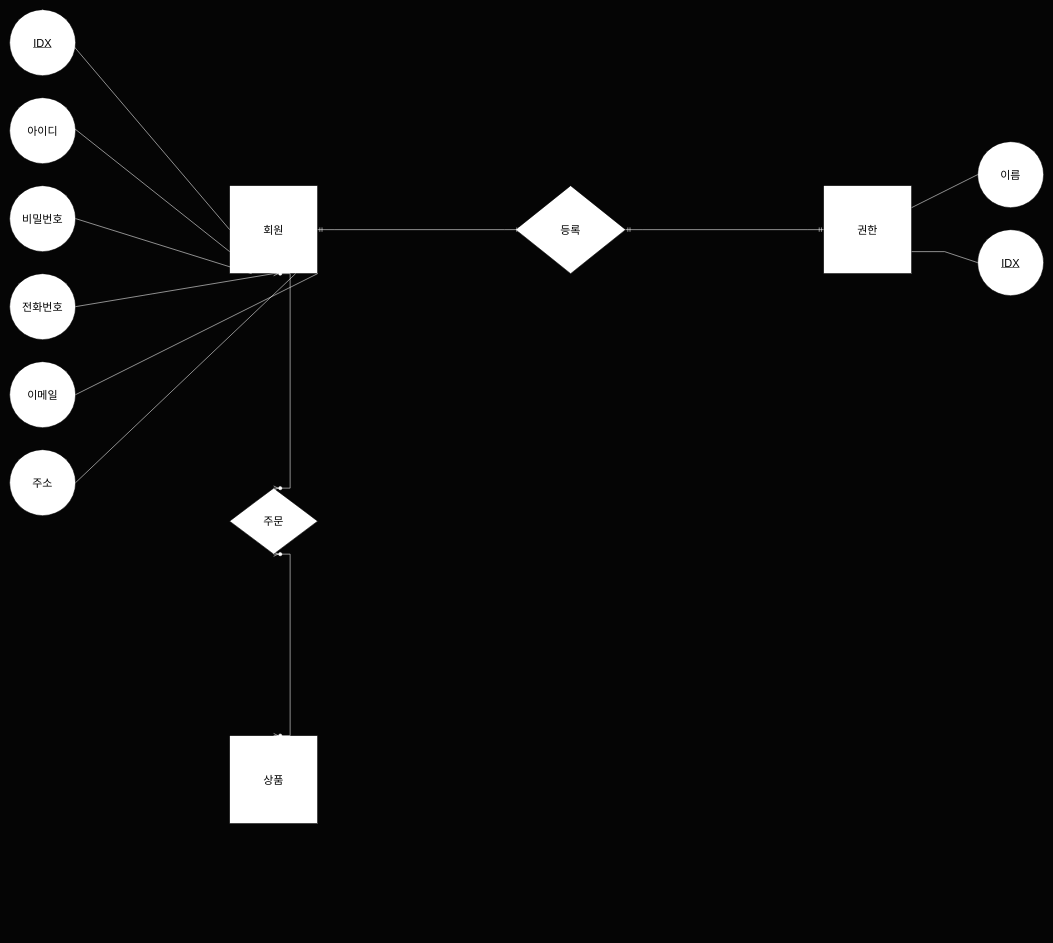
This is src/main/java/DB E-R Diagram.drawio from kjw1995/eCommerce, a draw.io file, before an edit. Source tidied: cells renumbered, new cells numbered last; positions are measured from the earlier drawing's top-left corner, leaving out a move shared by most shapes. Both pictures are drawn from the tidied source at 55%, with x=0, y=0 at pixel (9, 9).
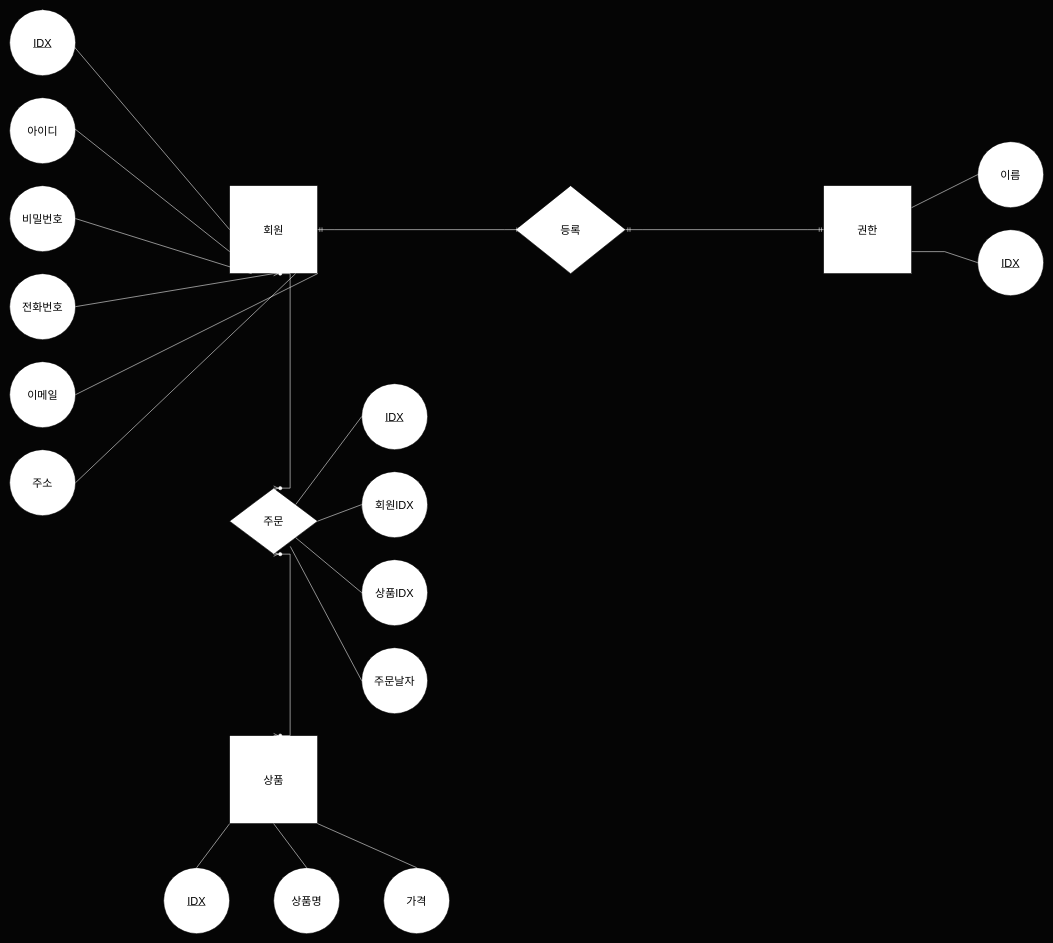
The same page after the edit.

Commit message:
draw.io 플러그인을 이용한 DB E-R 다이어그램 작성 v0.3

Unchanged cells that the change refers to:
```xml
<mxCell id="22" value="&lt;font style=&quot;font-size: 20px;&quot;&gt;상품&lt;/font&gt;" style="whiteSpace=wrap;html=1;align=center;" parent="1" vertex="1">
  <mxGeometry x="400" y="1320" width="160" height="160" as="geometry" />
</mxCell>
<mxCell id="23" value="&lt;font style=&quot;font-size: 20px;&quot;&gt;주문&lt;/font&gt;" style="shape=rhombus;perimeter=rhombusPerimeter;whiteSpace=wrap;html=1;align=center;" parent="1" vertex="1">
  <mxGeometry x="400" y="870" width="160" height="120" as="geometry" />
</mxCell>
```

The edit, as a diff of the source:
```diff
@@
+    <mxCell id="28" value="&lt;font style=&quot;font-size: 20px;&quot;&gt;IDX&lt;/font&gt;" style="ellipse;whiteSpace=wrap;html=1;align=center;fontStyle=4;" parent="1" vertex="1">
+      <mxGeometry x="280" y="1560" width="120" height="120" as="geometry" />
+    </mxCell>
+    <mxCell id="29" value="&lt;font style=&quot;font-size: 20px;&quot;&gt;상품명&lt;/font&gt;" style="ellipse;whiteSpace=wrap;html=1;align=center;" parent="1" vertex="1">
+      <mxGeometry x="480" y="1560" width="120" height="120" as="geometry" />
+    </mxCell>
+    <mxCell id="30" value="&lt;span style=&quot;font-size: 20px;&quot;&gt;가격&lt;/span&gt;" style="ellipse;whiteSpace=wrap;html=1;align=center;" parent="1" vertex="1">
+      <mxGeometry x="680" y="1560" width="120" height="120" as="geometry" />
+    </mxCell>
+    <mxCell id="31" style="endArrow=none;html=1;rounded=0;entryX=0.5;entryY=0;entryDx=0;entryDy=0;exitX=0;exitY=1;exitDx=0;exitDy=0;strokeColor=#FFFFFF;" parent="1" edge="1" source="22" target="28">
+      <mxGeometry relative="1" as="geometry" />
+    </mxCell>
+    <mxCell id="32" style="endArrow=none;html=1;rounded=0;exitX=0.5;exitY=0;exitDx=0;exitDy=0;entryX=0.5;entryY=1;entryDx=0;entryDy=0;strokeColor=#FFFFFF;" parent="1" edge="1" source="29" target="22">
+      <mxGeometry relative="1" as="geometry" />
+    </mxCell>
+    <mxCell id="33" style="endArrow=none;html=1;rounded=0;exitX=1;exitY=1;exitDx=0;exitDy=0;entryX=0.5;entryY=0;entryDx=0;entryDy=0;strokeColor=#FFFFFF;" parent="1" edge="1" source="22" target="30">
+      <mxGeometry relative="1" as="geometry" />
+    </mxCell>
+    <mxCell id="34" value="&lt;font style=&quot;font-size: 20px;&quot;&gt;IDX&lt;/font&gt;" style="ellipse;whiteSpace=wrap;html=1;align=center;fontStyle=4;" parent="1" vertex="1">
+      <mxGeometry x="640" y="680" width="120" height="120" as="geometry" />
+    </mxCell>
+    <mxCell id="35" value="&lt;span style=&quot;font-size: 20px;&quot;&gt;회원IDX&lt;br&gt;&lt;/span&gt;" style="ellipse;whiteSpace=wrap;html=1;align=center;" parent="1" vertex="1">
+      <mxGeometry x="640" y="840" width="120" height="120" as="geometry" />
+    </mxCell>
+    <mxCell id="36" style="edgeStyle=orthogonalEdgeStyle;rounded=0;jettySize=auto;html=1;exitX=1;exitY=0;exitDx=0;exitDy=0;" parent="1" edge="1" source="37">
+      <mxGeometry relative="1" as="geometry">
+        <mxPoint x="730" y="1050" as="targetPoint" />
+      </mxGeometry>
+    </mxCell>
+    <mxCell id="37" value="&lt;span style=&quot;font-size: 20px;&quot;&gt;상품IDX&lt;/span&gt;" style="ellipse;whiteSpace=wrap;html=1;align=center;" parent="1" vertex="1">
+      <mxGeometry x="640" y="1000" width="120" height="120" as="geometry" />
+    </mxCell>
+    <mxCell id="38" value="&lt;span style=&quot;font-size: 20px;&quot;&gt;주문날자&lt;/span&gt;" style="ellipse;whiteSpace=wrap;html=1;align=center;" parent="1" vertex="1">
+      <mxGeometry x="640" y="1160" width="120" height="120" as="geometry" />
+    </mxCell>
+    <mxCell id="39" style="endArrow=none;html=1;rounded=0;entryX=0;entryY=0.5;entryDx=0;entryDy=0;exitX=1;exitY=0;exitDx=0;exitDy=0;strokeColor=#FFFFFF;" parent="1" edge="1" source="23" target="34">
+      <mxGeometry relative="1" as="geometry" />
+    </mxCell>
+    <mxCell id="40" style="endArrow=none;html=1;rounded=0;entryX=0;entryY=0.5;entryDx=0;entryDy=0;strokeColor=#FFFFFF;" parent="1" edge="1" target="35">
+      <mxGeometry relative="1" as="geometry">
+        <mxPoint x="560" y="930" as="sourcePoint" />
+      </mxGeometry>
+    </mxCell>
+    <mxCell id="41" style="endArrow=none;html=1;rounded=0;entryX=0;entryY=0.5;entryDx=0;entryDy=0;exitX=1;exitY=1;exitDx=0;exitDy=0;strokeColor=#FFFFFF;" parent="1" edge="1">
+      <mxGeometry relative="1" as="geometry">
+        <mxPoint x="520" y="960" as="sourcePoint" />
+        <mxPoint x="640" y="1060" as="targetPoint" />
+      </mxGeometry>
+    </mxCell>
+    <mxCell id="42" style="endArrow=none;html=1;rounded=0;entryX=0;entryY=0.5;entryDx=0;entryDy=0;exitX=0.689;exitY=0.883;exitDx=0;exitDy=0;exitPerimeter=0;strokeColor=#FFFFFF;" parent="1" edge="1" source="23" target="38">
+      <mxGeometry relative="1" as="geometry" />
+    </mxCell>
```
